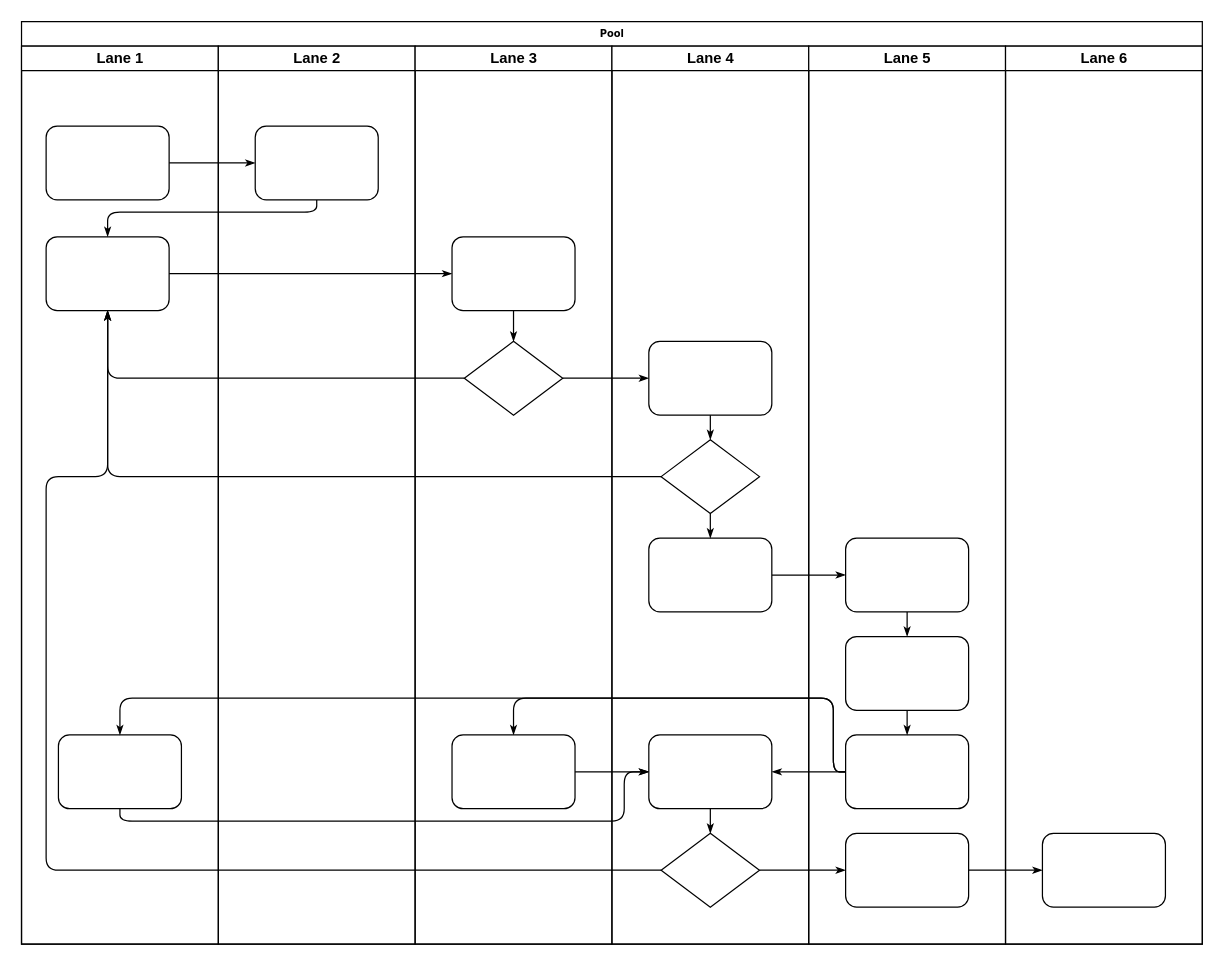
blacktea704/picture keeps this draw.io diagram as 未命名绘图.drawio. Above is the earlier version. Source tidied: cells renumbered, new cells numbered last; positions are measured from the earlier drawing's top-left corner, leaving out a move shared by most shapes. Both pictures are drawn from the tidied source at 123%, with x=0, y=0 at pixel (21, 21).
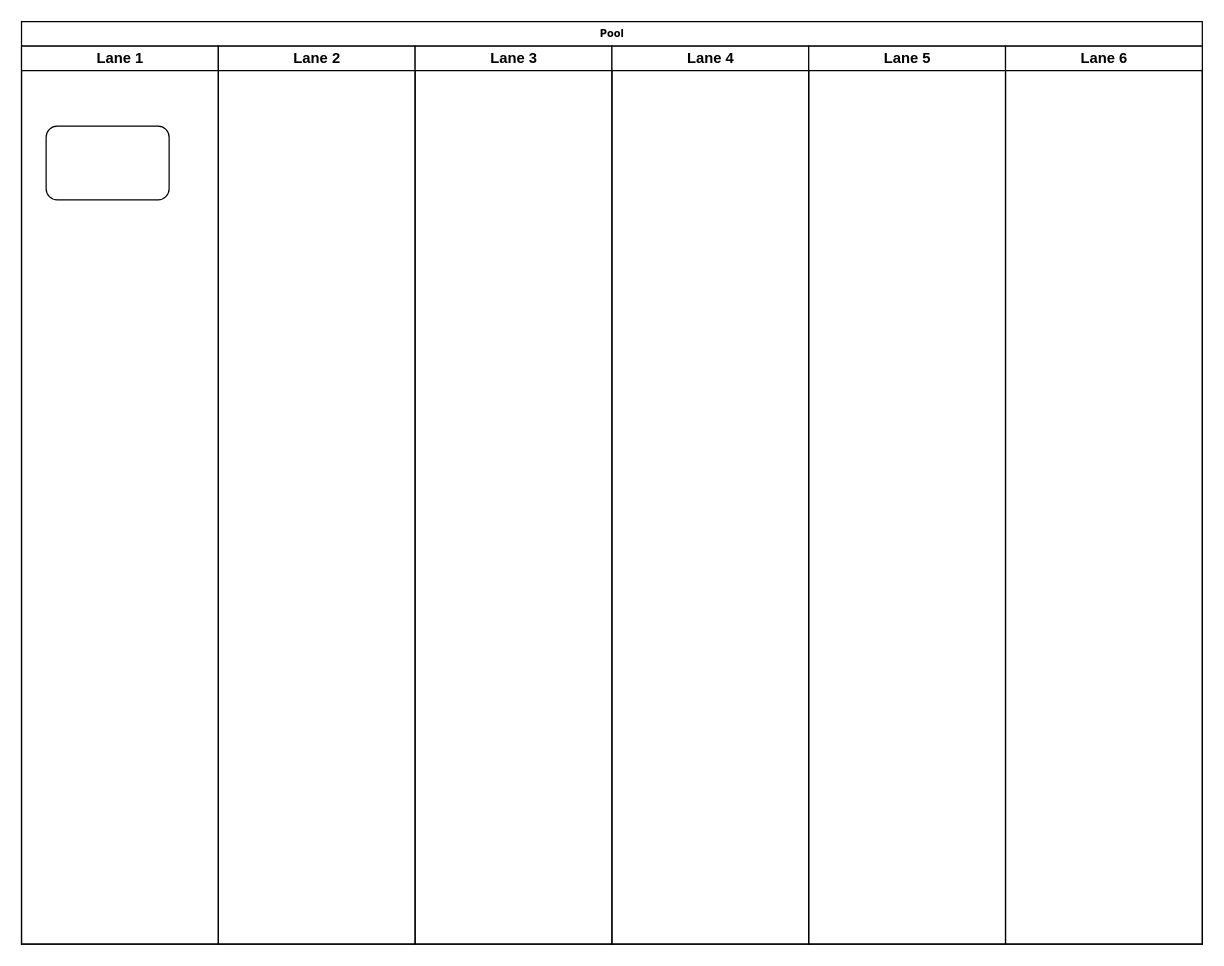
After the change.

Commit message:
数据增量同步统一方案.drawio

The change refers to these unchanged cells:
```xml
<mxCell id="2" value="Pool" style="swimlane;html=1;startSize=20;rounded=0;shadow=0;labelBackgroundColor=none;strokeWidth=1;fontFamily=Verdana;fontSize=8;align=center;" parent="1" vertex="1">
  <mxGeometry width="960" height="750" as="geometry" />
</mxCell>
<mxCell id="3" value="Lane 1" style="swimlane;html=1;startSize=20;" parent="2" vertex="1">
  <mxGeometry y="20" width="160" height="730" as="geometry" />
</mxCell>
<mxCell id="4" style="rounded=1;whiteSpace=wrap;html=1;shadow=0;labelBackgroundColor=none;strokeWidth=1;fontFamily=Verdana;fontSize=8;align=center;" parent="3" vertex="1">
  <mxGeometry x="20" y="65" width="100" height="60" as="geometry" />
</mxCell>
<mxCell id="22" value="Lane 2" style="swimlane;html=1;startSize=20;" parent="2" vertex="1">
  <mxGeometry x="160" y="20" width="160" height="730" as="geometry" />
</mxCell>
<mxCell id="24" value="Lane 3" style="swimlane;html=1;startSize=20;" parent="2" vertex="1">
  <mxGeometry x="320" y="20" width="160" height="730" as="geometry" />
</mxCell>
<mxCell id="29" value="Lane 4" style="swimlane;html=1;startSize=20;" parent="2" vertex="1">
  <mxGeometry x="480" y="20" width="160" height="730" as="geometry" />
</mxCell>
<mxCell id="38" value="Lane 5" style="swimlane;html=1;startSize=20;" parent="2" vertex="1">
  <mxGeometry x="640" y="20" width="160" height="730" as="geometry" />
</mxCell>
<mxCell id="45" value="Lane 6" style="swimlane;html=1;startSize=20;" parent="2" vertex="1">
  <mxGeometry x="800" y="20" width="160" height="730" as="geometry" />
</mxCell>
```

What changed in the source:
```diff
@@
-    <mxCell id="5" style="rounded=1;whiteSpace=wrap;html=1;shadow=0;labelBackgroundColor=none;strokeWidth=1;fontFamily=Verdana;fontSize=8;align=center;" parent="3" vertex="1">
-      <mxGeometry x="20" y="155" width="100" height="60" as="geometry" />
-    </mxCell>
-    <mxCell id="6" style="rounded=1;whiteSpace=wrap;html=1;shadow=0;labelBackgroundColor=none;strokeWidth=1;fontFamily=Verdana;fontSize=8;align=center;" parent="3" vertex="1">
-      <mxGeometry x="30" y="560" width="100" height="60" as="geometry" />
-    </mxCell>
-    <mxCell id="7" style="edgeStyle=orthogonalEdgeStyle;rounded=1;html=1;labelBackgroundColor=none;startArrow=none;startFill=0;startSize=5;endArrow=classicThin;endFill=1;endSize=5;jettySize=auto;strokeWidth=1;fontFamily=Verdana;fontSize=8;" parent="2" edge="1" source="4" target="23">
-      <mxGeometry relative="1" as="geometry" />
-    </mxCell>
-    <mxCell id="8" style="edgeStyle=orthogonalEdgeStyle;rounded=1;html=1;labelBackgroundColor=none;startArrow=none;startFill=0;startSize=5;endArrow=classicThin;endFill=1;endSize=5;jettySize=auto;strokeWidth=1;fontFamily=Verdana;fontSize=8;" parent="2" edge="1" source="23" target="5">
-      <mxGeometry relative="1" as="geometry">
-        <Array as="points">
-          <mxPoint x="240" y="155" />
-          <mxPoint x="70" y="155" />
-        </Array>
-      </mxGeometry>
-    </mxCell>
-    <mxCell id="9" style="edgeStyle=orthogonalEdgeStyle;rounded=1;html=1;labelBackgroundColor=none;startArrow=none;startFill=0;startSize=5;endArrow=classicThin;endFill=1;endSize=5;jettySize=auto;strokeWidth=1;fontFamily=Verdana;fontSize=8;" parent="2" edge="1" source="5" target="25">
-      <mxGeometry relative="1" as="geometry" />
-    </mxCell>
-    <mxCell id="10" style="edgeStyle=orthogonalEdgeStyle;rounded=1;html=1;labelBackgroundColor=none;startArrow=none;startFill=0;startSize=5;endArrow=classicThin;endFill=1;endSize=5;jettySize=auto;strokeWidth=1;fontFamily=Verdana;fontSize=8;" parent="2" edge="1" source="26" target="5">
-      <mxGeometry relative="1" as="geometry" />
-    </mxCell>
-    <mxCell id="11" style="edgeStyle=orthogonalEdgeStyle;rounded=1;html=1;labelBackgroundColor=none;startArrow=none;startFill=0;startSize=5;endArrow=classicThin;endFill=1;endSize=5;jettySize=auto;strokeWidth=1;fontFamily=Verdana;fontSize=8;" parent="2" edge="1" source="31" target="5">
-      <mxGeometry relative="1" as="geometry" />
-    </mxCell>
-    <mxCell id="12" style="edgeStyle=orthogonalEdgeStyle;rounded=1;html=1;labelBackgroundColor=none;startArrow=none;startFill=0;startSize=5;endArrow=classicThin;endFill=1;endSize=5;jettySize=auto;strokeWidth=1;fontFamily=Verdana;fontSize=8;" parent="2" edge="1" source="34" target="5">
-      <mxGeometry relative="1" as="geometry">
-        <Array as="points">
-          <mxPoint x="20" y="690" />
-          <mxPoint x="20" y="370" />
-          <mxPoint x="70" y="370" />
-        </Array>
-      </mxGeometry>
-    </mxCell>
-    <mxCell id="13" style="edgeStyle=orthogonalEdgeStyle;rounded=1;html=1;labelBackgroundColor=none;startArrow=none;startFill=0;startSize=5;endArrow=classicThin;endFill=1;endSize=5;jettySize=auto;strokeWidth=1;fontFamily=Verdana;fontSize=8;" parent="2" edge="1" source="26" target="30">
-      <mxGeometry relative="1" as="geometry" />
-    </mxCell>
-    <mxCell id="14" style="edgeStyle=orthogonalEdgeStyle;rounded=1;html=1;labelBackgroundColor=none;startArrow=none;startFill=0;startSize=5;endArrow=classicThin;endFill=1;endSize=5;jettySize=auto;strokeWidth=1;fontFamily=Verdana;fontSize=8;" parent="2" edge="1" source="34" target="42">
-      <mxGeometry relative="1" as="geometry" />
-    </mxCell>
-    <mxCell id="15" style="edgeStyle=orthogonalEdgeStyle;rounded=1;html=1;labelBackgroundColor=none;startArrow=none;startFill=0;startSize=5;endArrow=classicThin;endFill=1;endSize=5;jettySize=auto;strokeWidth=1;fontFamily=Verdana;fontSize=8;" parent="2" edge="1" source="42" target="46">
-      <mxGeometry relative="1" as="geometry" />
-    </mxCell>
-    <mxCell id="16" style="edgeStyle=orthogonalEdgeStyle;rounded=1;html=1;labelBackgroundColor=none;startArrow=none;startFill=0;startSize=5;endArrow=classicThin;endFill=1;endSize=5;jettySize=auto;strokeWidth=1;fontFamily=Verdana;fontSize=8;" parent="2" edge="1" source="32" target="39">
-      <mxGeometry relative="1" as="geometry" />
-    </mxCell>
-    <mxCell id="17" style="edgeStyle=orthogonalEdgeStyle;rounded=1;html=1;labelBackgroundColor=none;startArrow=none;startFill=0;startSize=5;endArrow=classicThin;endFill=1;endSize=5;jettySize=auto;strokeWidth=1;fontFamily=Verdana;fontSize=8;" parent="2" edge="1" source="41" target="27">
-      <mxGeometry relative="1" as="geometry">
-        <Array as="points">
-          <mxPoint x="660" y="610" />
-          <mxPoint x="660" y="550" />
-          <mxPoint x="400" y="550" />
-        </Array>
-      </mxGeometry>
-    </mxCell>
-    <mxCell id="18" style="edgeStyle=orthogonalEdgeStyle;rounded=1;html=1;labelBackgroundColor=none;startArrow=none;startFill=0;startSize=5;endArrow=classicThin;endFill=1;endSize=5;jettySize=auto;strokeColor=#000000;strokeWidth=1;fontFamily=Verdana;fontSize=8;fontColor=#000000;" parent="2" edge="1" source="41" target="33">
-      <mxGeometry relative="1" as="geometry" />
-    </mxCell>
-    <mxCell id="19" style="edgeStyle=orthogonalEdgeStyle;rounded=1;html=1;labelBackgroundColor=none;startArrow=none;startFill=0;startSize=5;endArrow=classicThin;endFill=1;endSize=5;jettySize=auto;strokeWidth=1;fontFamily=Verdana;fontSize=8;" parent="2" edge="1" source="41" target="6">
-      <mxGeometry relative="1" as="geometry">
-        <Array as="points">
-          <mxPoint x="660" y="610" />
-          <mxPoint x="660" y="550" />
-          <mxPoint x="80" y="550" />
-        </Array>
-      </mxGeometry>
-    </mxCell>
-    <mxCell id="20" style="edgeStyle=orthogonalEdgeStyle;rounded=1;html=1;labelBackgroundColor=none;startArrow=none;startFill=0;startSize=5;endArrow=classicThin;endFill=1;endSize=5;jettySize=auto;strokeWidth=1;fontFamily=Verdana;fontSize=8;" parent="2" edge="1" source="6" target="33">
-      <mxGeometry relative="1" as="geometry">
-        <Array as="points">
-          <mxPoint x="80" y="650" />
-          <mxPoint x="490" y="650" />
-          <mxPoint x="490" y="610" />
-        </Array>
-      </mxGeometry>
-    </mxCell>
-    <mxCell id="21" style="edgeStyle=orthogonalEdgeStyle;rounded=1;html=1;labelBackgroundColor=none;startArrow=none;startFill=0;startSize=5;endArrow=classicThin;endFill=1;endSize=5;jettySize=auto;strokeWidth=1;fontFamily=Verdana;fontSize=8;" parent="2" edge="1" source="27" target="33">
-      <mxGeometry relative="1" as="geometry" />
-    </mxCell>
@@
-    <mxCell id="23" style="rounded=1;whiteSpace=wrap;html=1;shadow=0;labelBackgroundColor=none;strokeWidth=1;fontFamily=Verdana;fontSize=8;align=center;" parent="22" vertex="1">
-      <mxGeometry x="30" y="65" width="100" height="60" as="geometry" />
-    </mxCell>
@@
-    <mxCell id="25" style="rounded=1;whiteSpace=wrap;html=1;shadow=0;labelBackgroundColor=none;strokeWidth=1;fontFamily=Verdana;fontSize=8;align=center;" parent="24" vertex="1">
-      <mxGeometry x="30" y="155" width="100" height="60" as="geometry" />
-    </mxCell>
-    <mxCell id="26" style="rhombus;whiteSpace=wrap;html=1;rounded=0;shadow=0;labelBackgroundColor=none;strokeWidth=1;fontFamily=Verdana;fontSize=8;align=center;" parent="24" vertex="1">
-      <mxGeometry x="40" y="240" width="80" height="60" as="geometry" />
-    </mxCell>
-    <mxCell id="27" style="rounded=1;whiteSpace=wrap;html=1;shadow=0;labelBackgroundColor=none;strokeWidth=1;fontFamily=Verdana;fontSize=8;align=center;" parent="24" vertex="1">
-      <mxGeometry x="30" y="560" width="100" height="60" as="geometry" />
-    </mxCell>
-    <mxCell id="28" style="edgeStyle=orthogonalEdgeStyle;rounded=1;html=1;labelBackgroundColor=none;startArrow=none;startFill=0;startSize=5;endArrow=classicThin;endFill=1;endSize=5;jettySize=auto;strokeWidth=1;fontFamily=Verdana;fontSize=8;" parent="24" edge="1" source="25" target="26">
-      <mxGeometry relative="1" as="geometry" />
-    </mxCell>
@@
-    <mxCell id="30" style="rounded=1;whiteSpace=wrap;html=1;shadow=0;labelBackgroundColor=none;strokeWidth=1;fontFamily=Verdana;fontSize=8;align=center;" parent="29" vertex="1">
-      <mxGeometry x="30" y="240" width="100" height="60" as="geometry" />
-    </mxCell>
-    <mxCell id="31" style="rhombus;whiteSpace=wrap;html=1;rounded=0;shadow=0;labelBackgroundColor=none;strokeWidth=1;fontFamily=Verdana;fontSize=8;align=center;" parent="29" vertex="1">
-      <mxGeometry x="40" y="320" width="80" height="60" as="geometry" />
-    </mxCell>
-    <mxCell id="32" style="rounded=1;whiteSpace=wrap;html=1;shadow=0;labelBackgroundColor=none;strokeWidth=1;fontFamily=Verdana;fontSize=8;align=center;" parent="29" vertex="1">
-      <mxGeometry x="30" y="400" width="100" height="60" as="geometry" />
-    </mxCell>
-    <mxCell id="33" style="rounded=1;whiteSpace=wrap;html=1;shadow=0;labelBackgroundColor=none;strokeWidth=1;fontFamily=Verdana;fontSize=8;align=center;" parent="29" vertex="1">
-      <mxGeometry x="30" y="560" width="100" height="60" as="geometry" />
-    </mxCell>
-    <mxCell id="34" style="rhombus;whiteSpace=wrap;html=1;rounded=0;shadow=0;labelBackgroundColor=none;strokeWidth=1;fontFamily=Verdana;fontSize=8;align=center;" parent="29" vertex="1">
-      <mxGeometry x="40" y="640" width="80" height="60" as="geometry" />
-    </mxCell>
-    <mxCell id="35" style="edgeStyle=orthogonalEdgeStyle;rounded=1;html=1;labelBackgroundColor=none;startArrow=none;startFill=0;startSize=5;endArrow=classicThin;endFill=1;endSize=5;jettySize=auto;strokeColor=#000000;strokeWidth=1;fontFamily=Verdana;fontSize=8;fontColor=#000000;" parent="29" edge="1" source="30" target="31">
-      <mxGeometry relative="1" as="geometry" />
-    </mxCell>
-    <mxCell id="36" style="edgeStyle=orthogonalEdgeStyle;rounded=1;html=1;labelBackgroundColor=none;startArrow=none;startFill=0;startSize=5;endArrow=classicThin;endFill=1;endSize=5;jettySize=auto;strokeWidth=1;fontFamily=Verdana;fontSize=8;" parent="29" edge="1" source="31" target="32">
-      <mxGeometry relative="1" as="geometry" />
-    </mxCell>
-    <mxCell id="37" style="edgeStyle=orthogonalEdgeStyle;rounded=1;html=1;labelBackgroundColor=none;startArrow=none;startFill=0;startSize=5;endArrow=classicThin;endFill=1;endSize=5;jettySize=auto;strokeWidth=1;fontFamily=Verdana;fontSize=8;" parent="29" edge="1" source="33" target="34">
-      <mxGeometry relative="1" as="geometry" />
-    </mxCell>
@@
-    <mxCell id="39" style="rounded=1;whiteSpace=wrap;html=1;shadow=0;labelBackgroundColor=none;strokeWidth=1;fontFamily=Verdana;fontSize=8;align=center;" parent="38" vertex="1">
-      <mxGeometry x="30" y="400" width="100" height="60" as="geometry" />
-    </mxCell>
-    <mxCell id="40" style="rounded=1;whiteSpace=wrap;html=1;shadow=0;labelBackgroundColor=none;strokeWidth=1;fontFamily=Verdana;fontSize=8;align=center;" parent="38" vertex="1">
-      <mxGeometry x="30" y="480" width="100" height="60" as="geometry" />
-    </mxCell>
-    <mxCell id="41" style="rounded=1;whiteSpace=wrap;html=1;shadow=0;labelBackgroundColor=none;strokeWidth=1;fontFamily=Verdana;fontSize=8;align=center;" parent="38" vertex="1">
-      <mxGeometry x="30" y="560" width="100" height="60" as="geometry" />
-    </mxCell>
-    <mxCell id="42" style="rounded=1;whiteSpace=wrap;html=1;shadow=0;labelBackgroundColor=none;strokeWidth=1;fontFamily=Verdana;fontSize=8;align=center;" parent="38" vertex="1">
-      <mxGeometry x="30" y="640" width="100" height="60" as="geometry" />
-    </mxCell>
-    <mxCell id="43" style="edgeStyle=orthogonalEdgeStyle;rounded=1;html=1;labelBackgroundColor=none;startArrow=none;startFill=0;startSize=5;endArrow=classicThin;endFill=1;endSize=5;jettySize=auto;strokeWidth=1;fontFamily=Verdana;fontSize=8;" parent="38" edge="1" source="39" target="40">
-      <mxGeometry relative="1" as="geometry" />
-    </mxCell>
-    <mxCell id="44" style="edgeStyle=orthogonalEdgeStyle;rounded=1;html=1;labelBackgroundColor=none;startArrow=none;startFill=0;startSize=5;endArrow=classicThin;endFill=1;endSize=5;jettySize=auto;strokeWidth=1;fontFamily=Verdana;fontSize=8;" parent="38" edge="1" source="40" target="41">
-      <mxGeometry relative="1" as="geometry" />
-    </mxCell>
@@
-    <mxCell id="46" style="rounded=1;whiteSpace=wrap;html=1;shadow=0;labelBackgroundColor=none;strokeWidth=1;fontFamily=Verdana;fontSize=8;align=center;" parent="45" vertex="1">
-      <mxGeometry x="30" y="640" width="100" height="60" as="geometry" />
-    </mxCell>
```
